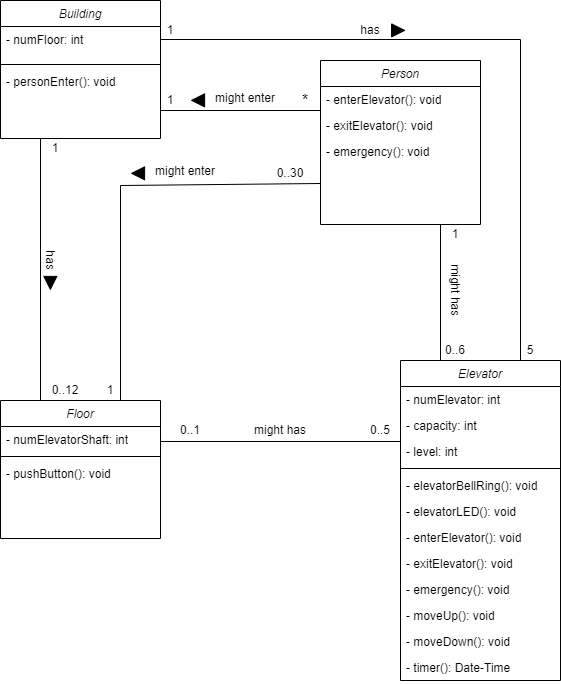
This is Ödev - Asansör Simülasyonu Diagram.drawio.png from AlpKarar/Asansor-Simulasyonu, a draw.io export, as it was before one commit. Source tidied: cells renumbered, new cells last; positions are measured from the earlier drawing's top-left corner, leaving out a move shared by most shapes.
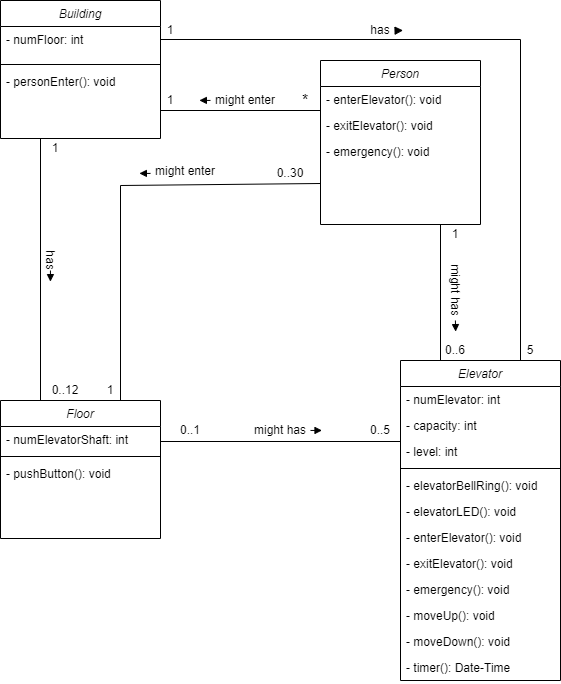
Above is the later version.

The edit, as a diff of the source:
```diff
@@ -129,7 +129,7 @@
       <mxGeometry x="140" y="20" width="60" height="20" as="geometry" />
     </mxCell>
     <mxCell id="39" value="has" style="text;html=1;strokeColor=none;fillColor=none;align=center;verticalAlign=middle;whiteSpace=wrap;rounded=0;rotation=0;" parent="1" vertex="1">
-      <mxGeometry x="340" y="20" width="60" height="20" as="geometry" />
+      <mxGeometry x="360" y="20" width="40" height="20" as="geometry" />
     </mxCell>
     <mxCell id="40" value="5" style="text;html=1;strokeColor=none;fillColor=none;align=center;verticalAlign=middle;whiteSpace=wrap;rounded=0;" parent="1" vertex="1">
       <mxGeometry x="520" y="340" width="20" height="20" as="geometry" />
@@ -155,30 +155,27 @@
     <mxCell id="47" value="might enter" style="text;html=1;strokeColor=none;fillColor=none;align=center;verticalAlign=middle;whiteSpace=wrap;rounded=0;rotation=0;" parent="1" vertex="1">
       <mxGeometry x="150" y="158" width="70" height="25" as="geometry" />
     </mxCell>
-    <mxCell id="48" style="endArrow=block;endFill=1;endSize=12;html=1;rounded=0;" parent="1" edge="1">
+    <mxCell id="48" style="endArrow=block;endFill=1;endSize=6;html=1;rounded=0;strokeWidth=0;" parent="1" edge="1">
       <mxGeometry relative="1" as="geometry">
-        <mxPoint x="49.9" y="280" as="sourcePoint" />
-        <mxPoint x="49.9" y="290" as="targetPoint" />
+        <mxPoint x="49.9" y="270" as="sourcePoint" />
+        <mxPoint x="49.9" y="280" as="targetPoint" />
         <Array as="points">
-          <mxPoint x="49.9" y="280" />
+          <mxPoint x="49.9" y="270" />
         </Array>
       </mxGeometry>
     </mxCell>
-    <mxCell id="49" style="endArrow=block;endFill=1;endSize=12;html=1;rounded=0;" parent="1" edge="1">
+    <mxCell id="49" style="endArrow=block;endFill=1;endSize=6;html=1;rounded=0;" parent="1" edge="1">
       <mxGeometry relative="1" as="geometry">
-        <mxPoint x="394.8" y="29.9" as="sourcePoint" />
-        <mxPoint x="405.2" y="29.9" as="targetPoint" />
-        <Array as="points">
-          <mxPoint x="394.8" y="29.9" />
-        </Array>
+        <mxPoint x="400" y="30" as="sourcePoint" />
+        <mxPoint x="402.6" y="29.9" as="targetPoint" />
       </mxGeometry>
     </mxCell>
-    <mxCell id="50" style="endArrow=block;endFill=1;endSize=12;html=1;rounded=0;" parent="1" edge="1">
+    <mxCell id="50" style="endArrow=block;endFill=1;endSize=6;html=1;rounded=0;strokeWidth=0;" parent="1" edge="1">
       <mxGeometry relative="1" as="geometry">
-        <mxPoint x="140" y="172.9" as="sourcePoint" />
-        <mxPoint x="130" y="172.9" as="targetPoint" />
+        <mxPoint x="150" y="172.9" as="sourcePoint" />
+        <mxPoint x="140" y="172.9" as="targetPoint" />
         <Array as="points">
-          <mxPoint x="140" y="172.9" />
+          <mxPoint x="150" y="172.9" />
         </Array>
       </mxGeometry>
     </mxCell>
@@ -189,16 +186,31 @@
       <mxGeometry x="290" y="90" width="30" height="20" as="geometry" />
     </mxCell>
     <mxCell id="53" value="might enter" style="text;html=1;strokeColor=none;fillColor=none;align=center;verticalAlign=middle;whiteSpace=wrap;rounded=0;rotation=0;" parent="1" vertex="1">
-      <mxGeometry x="210" y="85" width="70" height="25" as="geometry" />
+      <mxGeometry x="210" y="95" width="70" height="10" as="geometry" />
     </mxCell>
-    <mxCell id="54" style="endArrow=block;endFill=1;endSize=12;html=1;rounded=0;" parent="1" edge="1">
-      <mxGeometry relative="1" as="geometry">
-        <mxPoint x="200" y="99.9" as="sourcePoint" />
-        <mxPoint x="190" y="99.9" as="targetPoint" />
-        <Array as="points">
-          <mxPoint x="200" y="99.9" />
-        </Array>
-      </mxGeometry>
-    </mxCell>
+    <mxCell id="55" style="endArrow=block;endFill=1;endSize=6;html=1;rounded=0;strokeWidth=0;" parent="1" edge="1">
+      <mxGeometry relative="1" as="geometry">
+        <mxPoint x="310" y="430" as="sourcePoint" />
+        <mxPoint x="320.4" y="430" as="targetPoint" />
+        <Array as="points">
+          <mxPoint x="310" y="429.9" />
+        </Array>
+      </mxGeometry>
+    </mxCell>
+    <mxCell id="56" style="endArrow=block;endFill=1;endSize=6;html=1;rounded=0;strokeWidth=0;" parent="1" edge="1">
+      <mxGeometry relative="1" as="geometry">
+        <mxPoint x="210" y="99.9" as="sourcePoint" />
+        <mxPoint x="200" y="99.9" as="targetPoint" />
+      </mxGeometry>
+    </mxCell>
+    <mxCell id="57" style="endArrow=block;endFill=1;endSize=6;html=1;rounded=0;strokeWidth=0;" parent="1" edge="1">
+      <mxGeometry relative="1" as="geometry">
+        <mxPoint x="454.9" y="320" as="sourcePoint" />
+        <mxPoint x="455.1" y="330" as="targetPoint" />
+        <Array as="points">
+          <mxPoint x="454.9" y="320" />
+        </Array>
+      </mxGeometry>
+    </mxCell>
   </root>
 </mxGraphModel>
```
